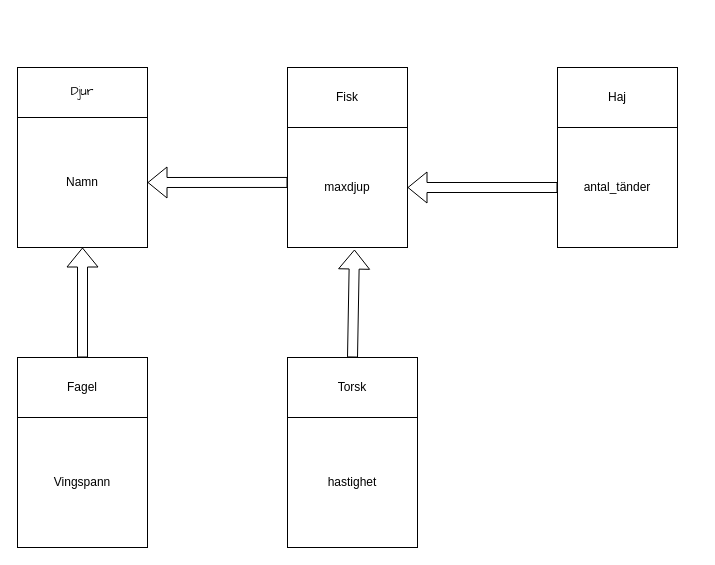
The draw.io diagram OOP/djur_klassdiagram.drawio in OskarBjork/kattis, before the edit. Source tidied: cells renumbered, new cells numbered last; positions are measured from the earlier drawing's top-left corner, leaving out a move shared by most shapes. Both pictures are drawn from the tidied source at 100%, with x=0, y=0 at pixel (17, 67).
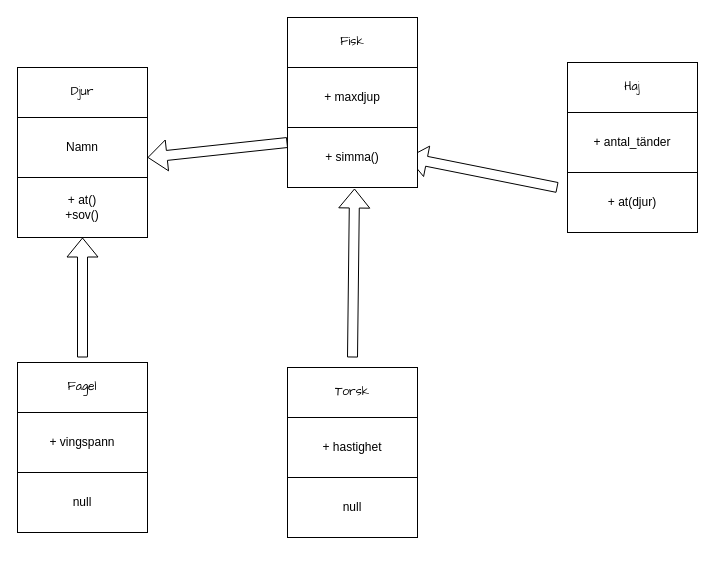
Above is the later version.

The edit, as a diff of the source:
```diff
@@
     <mxCell id="3" value="Namn" style="whiteSpace=wrap;html=1;" parent="1" vertex="1">
-      <mxGeometry y="50" width="130" height="130" as="geometry" />
+      <mxGeometry y="50" width="130" height="60" as="geometry" />
     </mxCell>
+    <mxCell id="6" style="shape=flexArrow;endArrow=classic;html=1;rounded=0;exitX=0.5;exitY=0;exitDx=0;exitDy=0;entryX=0.5;entryY=1;entryDx=0;entryDy=0;" parent="1" edge="1" target="16">
+      <mxGeometry relative="1" as="geometry">
+        <mxPoint x="65" y="290" as="sourcePoint" />
+      </mxGeometry>
+    </mxCell>
+    <mxCell id="9" style="shape=flexArrow;endArrow=classic;html=1;rounded=0;exitX=0;exitY=0.25;exitDx=0;exitDy=0;" parent="1" edge="1">
+      <mxGeometry relative="1" as="geometry">
+        <mxPoint x="270" y="75" as="sourcePoint" />
+        <mxPoint x="130" y="90" as="targetPoint" />
+      </mxGeometry>
+    </mxCell>
+    <mxCell id="12" style="shape=flexArrow;endArrow=classic;html=1;rounded=0;entryX=0.558;entryY=1.017;entryDx=0;entryDy=0;exitX=0.5;exitY=0;exitDx=0;exitDy=0;entryPerimeter=0;" parent="1" edge="1">
+      <mxGeometry relative="1" as="geometry">
+        <mxPoint x="335" y="290" as="sourcePoint" />
+        <mxPoint x="337" y="121" as="targetPoint" />
+      </mxGeometry>
+    </mxCell>
+    <mxCell id="15" style="shape=flexArrow;endArrow=classic;html=1;rounded=0;exitX=0;exitY=0.5;exitDx=0;exitDy=0;entryX=1;entryY=0.5;entryDx=0;entryDy=0;" parent="1" edge="1">
+      <mxGeometry relative="1" as="geometry">
+        <mxPoint x="540" y="120" as="sourcePoint" />
+        <mxPoint x="390" y="90" as="targetPoint" />
+      </mxGeometry>
+    </mxCell>
+    <mxCell id="16" value="+ at()&lt;br&gt;+sov()" style="rounded=0;whiteSpace=wrap;html=1;" parent="1" vertex="1">
+      <mxGeometry y="110" width="130" height="60" as="geometry" />
+    </mxCell>
+    <mxCell id="7" value="Fisk" style="rounded=0;whiteSpace=wrap;html=1;fontFamily=Comic Sans MS;" parent="1" vertex="1">
+      <mxGeometry x="270" y="-50" width="130" height="50" as="geometry" />
+    </mxCell>
+    <mxCell id="17" value="+ maxdjup" style="whiteSpace=wrap;html=1;" parent="1" vertex="1">
+      <mxGeometry x="270" width="130" height="60" as="geometry" />
+    </mxCell>
+    <mxCell id="18" value="+ simma()" style="rounded=0;whiteSpace=wrap;html=1;" parent="1" vertex="1">
+      <mxGeometry x="270" y="60" width="130" height="60" as="geometry" />
+    </mxCell>
+    <mxCell id="13" value="Haj" style="rounded=0;whiteSpace=wrap;html=1;fontFamily=Comic Sans MS;" parent="1" vertex="1">
+      <mxGeometry x="550" y="-5" width="130" height="50" as="geometry" />
+    </mxCell>
+    <mxCell id="19" value="+ antal_tänder" style="whiteSpace=wrap;html=1;" parent="1" vertex="1">
+      <mxGeometry x="550" y="45" width="130" height="60" as="geometry" />
+    </mxCell>
+    <mxCell id="20" value="+ at(djur)" style="rounded=0;whiteSpace=wrap;html=1;" parent="1" vertex="1">
+      <mxGeometry x="550" y="105" width="130" height="60" as="geometry" />
+    </mxCell>
+    <mxCell id="11" value="Torsk" style="rounded=0;whiteSpace=wrap;html=1;fontFamily=Comic Sans MS;" parent="1" vertex="1">
+      <mxGeometry x="270" y="300" width="130" height="50" as="geometry" />
+    </mxCell>
+    <mxCell id="21" value="+ hastighet" style="whiteSpace=wrap;html=1;" parent="1" vertex="1">
+      <mxGeometry x="270" y="350" width="130" height="60" as="geometry" />
+    </mxCell>
+    <mxCell id="22" value="null" style="rounded=0;whiteSpace=wrap;html=1;" parent="1" vertex="1">
+      <mxGeometry x="270" y="410" width="130" height="60" as="geometry" />
+    </mxCell>
-    <mxCell id="4" value="Fagel" style="rounded=0;whiteSpace=wrap;html=1;" parent="1" vertex="1">
-      <mxGeometry y="290" width="130" height="60" as="geometry" />
+    <mxCell id="4" value="Fagel" style="rounded=0;whiteSpace=wrap;html=1;fontFamily=Comic Sans MS;" parent="1" vertex="1">
+      <mxGeometry y="295" width="130" height="50" as="geometry" />
     </mxCell>
-    <mxCell id="5" value="Vingspann" style="whiteSpace=wrap;html=1;" parent="1" vertex="1">
-      <mxGeometry y="350" width="130" height="130" as="geometry" />
-    </mxCell>
-    <mxCell id="6" style="shape=flexArrow;endArrow=classic;html=1;rounded=0;entryX=0.5;entryY=1;entryDx=0;entryDy=0;exitX=0.5;exitY=0;exitDx=0;exitDy=0;" parent="1" edge="1" source="4" target="3">
-      <mxGeometry relative="1" as="geometry" />
-    </mxCell>
-    <mxCell id="7" value="Fisk" style="rounded=0;whiteSpace=wrap;html=1;" parent="1" vertex="1">
-      <mxGeometry x="270" width="120" height="60" as="geometry" />
-    </mxCell>
-    <mxCell id="8" value="maxdjup" style="whiteSpace=wrap;html=1;" parent="1" vertex="1">
-      <mxGeometry x="270" y="60" width="120" height="120" as="geometry" />
-    </mxCell>
-    <mxCell id="9" style="shape=flexArrow;endArrow=classic;html=1;rounded=0;exitX=0;exitY=0.458;exitDx=0;exitDy=0;entryX=1;entryY=0.5;entryDx=0;entryDy=0;exitPerimeter=0;" parent="1" edge="1" source="8" target="3">
-      <mxGeometry relative="1" as="geometry" />
-    </mxCell>
-    <mxCell id="10" value="hastighet" style="whiteSpace=wrap;html=1;" parent="1" vertex="1">
-      <mxGeometry x="270" y="350" width="130" height="130" as="geometry" />
-    </mxCell>
-    <mxCell id="11" value="Torsk" style="rounded=0;whiteSpace=wrap;html=1;" parent="1" vertex="1">
-      <mxGeometry x="270" y="290" width="130" height="60" as="geometry" />
-    </mxCell>
-    <mxCell id="12" style="shape=flexArrow;endArrow=classic;html=1;rounded=0;entryX=0.558;entryY=1.017;entryDx=0;entryDy=0;exitX=0.5;exitY=0;exitDx=0;exitDy=0;entryPerimeter=0;" parent="1" edge="1" source="11" target="8">
-      <mxGeometry relative="1" as="geometry" />
-    </mxCell>
-    <mxCell id="13" value="Haj" style="rounded=0;whiteSpace=wrap;html=1;" parent="1" vertex="1">
-      <mxGeometry x="540" width="120" height="60" as="geometry" />
-    </mxCell>
-    <mxCell id="14" value="antal_tänder" style="whiteSpace=wrap;html=1;" parent="1" vertex="1">
-      <mxGeometry x="540" y="60" width="120" height="120" as="geometry" />
-    </mxCell>
-    <mxCell id="15" style="shape=flexArrow;endArrow=classic;html=1;rounded=0;exitX=0;exitY=0.5;exitDx=0;exitDy=0;entryX=1;entryY=0.5;entryDx=0;entryDy=0;" parent="1" edge="1" source="14" target="8">
-      <mxGeometry relative="1" as="geometry" />
-    </mxCell>
+    <mxCell id="23" value="+ vingspann" style="whiteSpace=wrap;html=1;" parent="1" vertex="1">
+      <mxGeometry y="345" width="130" height="60" as="geometry" />
+    </mxCell>
+    <mxCell id="24" value="null" style="rounded=0;whiteSpace=wrap;html=1;" parent="1" vertex="1">
+      <mxGeometry y="405" width="130" height="60" as="geometry" />
+    </mxCell>
```
